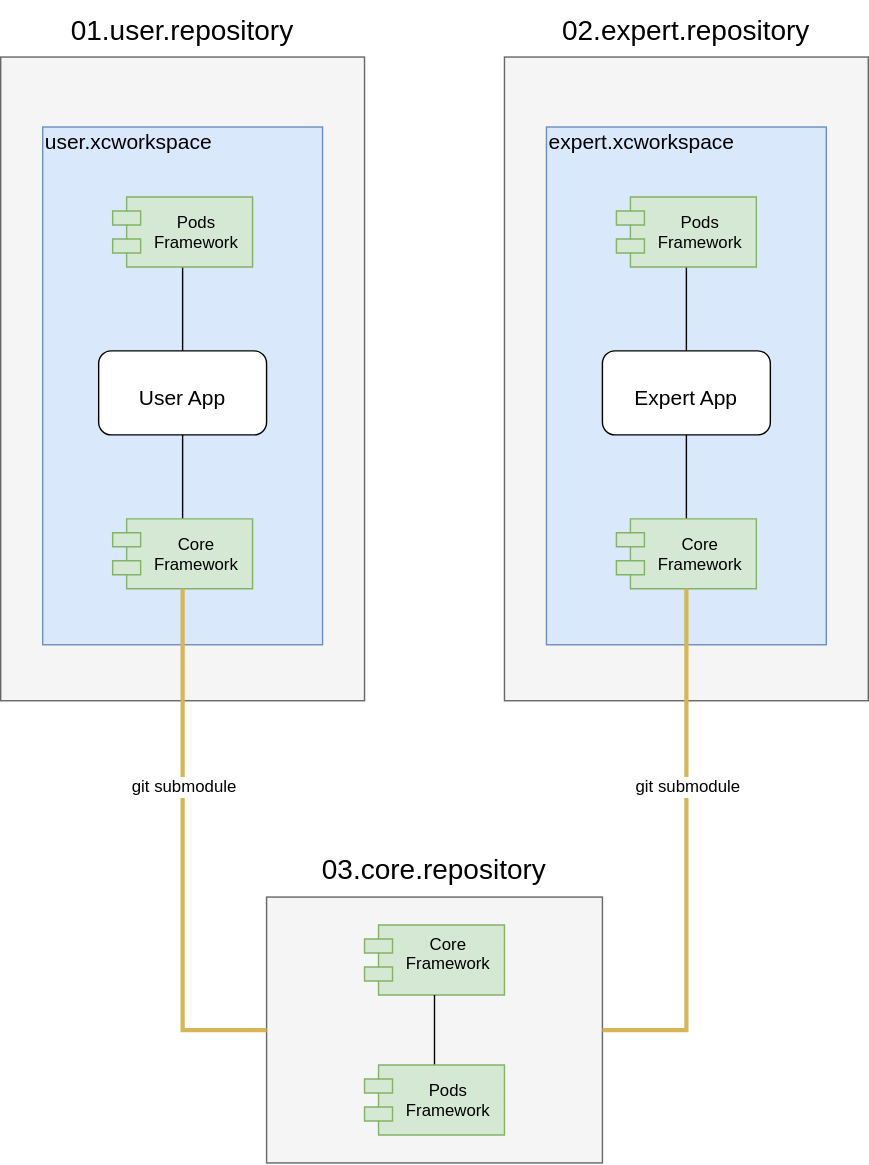
This is insiar_modular_architecture.svg from statios/diagrams, a draw.io export, as it was before one commit. Source tidied: cells renumbered, new cells last; positions are measured from the earlier drawing's top-left corner, leaving out a move shared by most shapes.
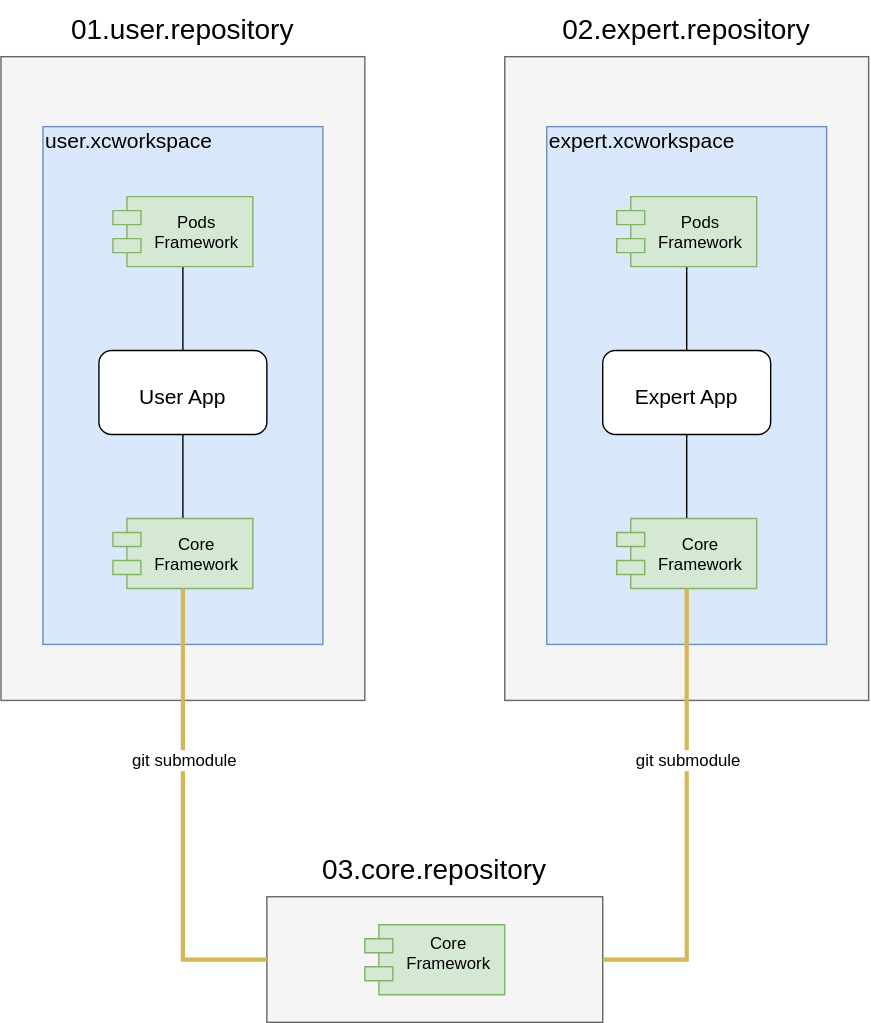
The same diagram one commit later.

What changed in the source:
```diff
@@ -3,7 +3,7 @@
     <mxCell id="0" />
     <mxCell id="1" parent="0" />
     <mxCell id="2" style="rounded=0;whiteSpace=wrap;html=1;fontSize=12;fillColor=#f5f5f5;strokeColor=#666666;fontColor=#333333;" parent="1" vertex="1">
-      <mxGeometry x="190" y="640.3" width="240" height="190" as="geometry" />
+      <mxGeometry x="190" y="640.3" width="240" height="89.7" as="geometry" />
     </mxCell>
     <mxCell id="3" style="rounded=0;whiteSpace=wrap;html=1;fontSize=12;fillColor=#f5f5f5;strokeColor=#666666;fontColor=#333333;" parent="1" vertex="1">
       <mxGeometry y="40" width="260" height="460" as="geometry" />
@@ -65,12 +65,6 @@
     <mxCell id="22" value="&lt;font style=&quot;font-size: 20px&quot;&gt;03.core.repository&lt;/font&gt;" style="text;html=1;strokeColor=none;fillColor=none;align=center;verticalAlign=middle;whiteSpace=wrap;rounded=0;fontSize=12;" parent="1" vertex="1">
       <mxGeometry x="170" y="600.3" width="280" height="40" as="geometry" />
     </mxCell>
-    <mxCell id="23" style="edgeStyle=orthogonalEdgeStyle;rounded=0;jettySize=auto;html=1;entryX=0.5;entryY=1;entryDx=0;entryDy=0;endArrow=none;endFill=0;fontSize=12;" parent="1" edge="1" source="24" target="6">
-      <mxGeometry relative="1" as="geometry" />
-    </mxCell>
-    <mxCell id="24" value="Pods&#10;Framework" style="shape=module;align=left;spacingLeft=20;align=center;verticalAlign=middle;fontSize=12;fillColor=#d5e8d4;strokeColor=#82b366;" parent="1" vertex="1">
-      <mxGeometry x="260" y="760.3" width="100" height="50" as="geometry" />
-    </mxCell>
     <mxCell id="25" style="edgeStyle=orthogonalEdgeStyle;rounded=0;jettySize=auto;html=1;entryX=0.5;entryY=1;entryDx=0;entryDy=0;endArrow=none;endFill=0;fontSize=12;strokeWidth=3;fillColor=#fff2cc;strokeColor=#d6b656;" parent="1" edge="1" source="2" target="8">
       <mxGeometry relative="1" as="geometry" />
     </mxCell>
```
